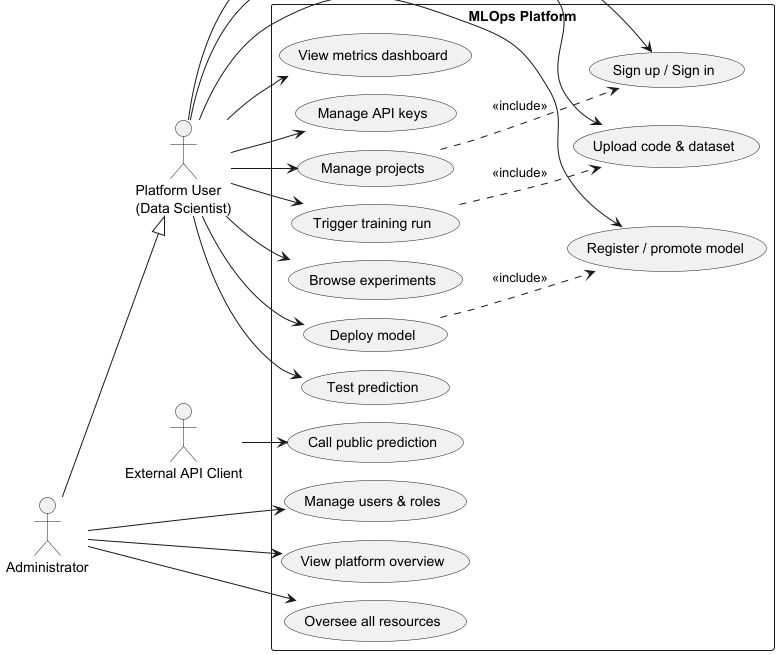
This is report/images/usecase_global.png from Firas-Mahjoubi/pfe-mlops, a PlantUML export, as it was before one commit.
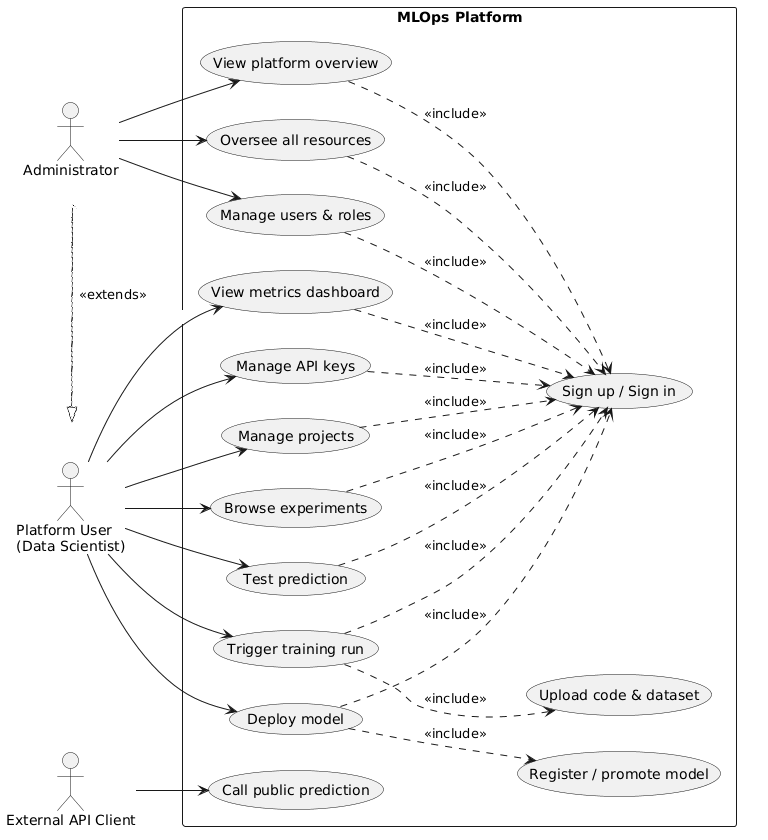
After the change.

What changed in the source:
```diff
@@ -1,12 +1,11 @@
-@startuml usecase_global
-!pragma layout smetana
+@startuml
 left to right direction
 skinparam packageStyle rectangle
 skinparam shadowing false
 
 actor "Platform User\n(Data Scientist)" as User
+actor "Administrator" as Admin
 actor "External API Client" as Client
-actor "Administrator" as Admin
 
 rectangle "MLOps Platform" {
   usecase "Sign up / Sign in"        as UC1
@@ -25,12 +24,9 @@
   usecase "Oversee all resources"    as UC14
 }
 
-User --> UC1
 User --> UC2
-User --> UC3
 User --> UC4
 User --> UC5
-User --> UC6
 User --> UC7
 User --> UC8
 User --> UC9
@@ -40,9 +36,20 @@
 Admin --> UC13
 Admin --> UC14
 
-Admin --|> User
+
 
 UC2 ..> UC1 : <<include>>
+UC7 ..> UC1 : <<include>>
+UC4 ..> UC1 : <<include>>
+UC5 ..> UC1 : <<include>>
+UC8 ..> UC1 : <<include>>
+UC9 ..> UC1 : <<include>>
+UC10 ..> UC1 : <<include>>
+UC14 ..> UC1 : <<include>>
+UC12 ..> UC1 : <<include>>
+UC13 ..> UC1 : <<include>>
+
+
 UC4 ..> UC3 : <<include>>
 UC7 ..> UC6 : <<include>>
 @enduml
```
